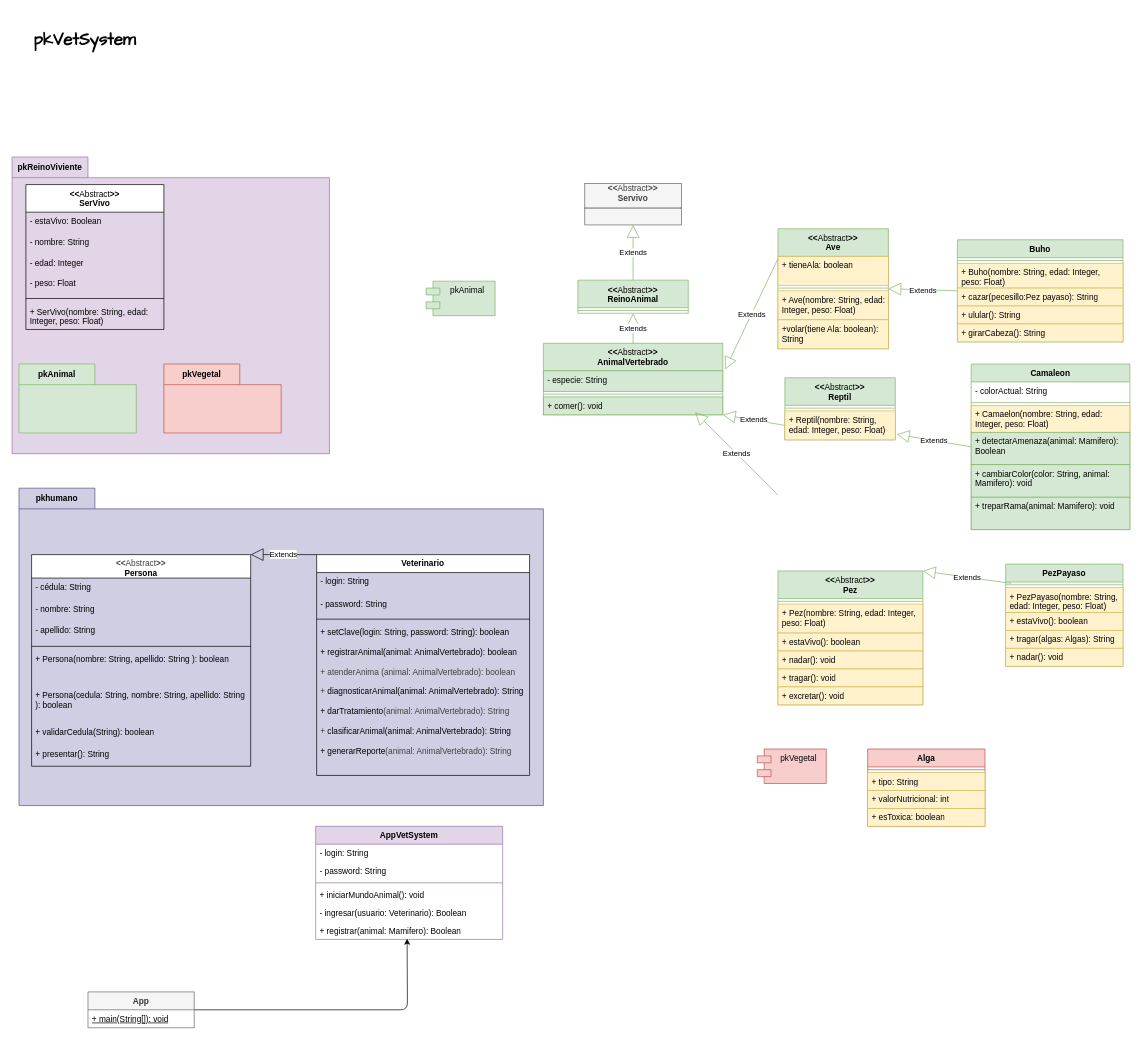
Above: g1_ReinoAnimal/design/01ClassDiagram.drawio in Ariana0-0/g1_ReinoAnimal (draw.io), before the change. Source tidied: cells renumbered, new cells numbered last; positions are measured from the earlier drawing's top-left corner, leaving out a move shared by most shapes. Both pictures are drawn from the tidied source at 69%, with x=0, y=0 at pixel (12, 12).
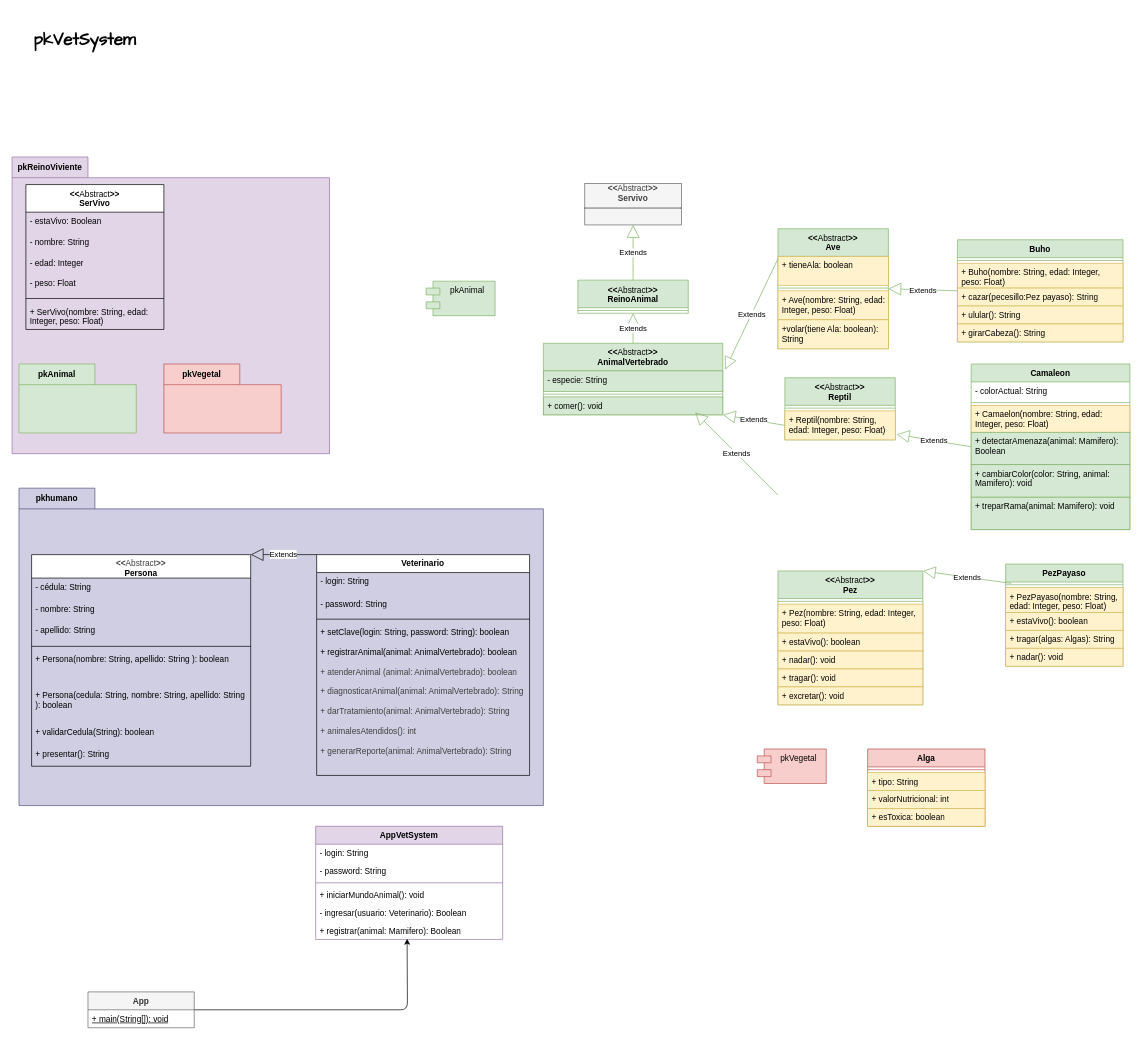
The same diagram, later.

Commit message:
Actualización del diagrama

* Requisito del veterinario

* Actualizacion de Veterinario.java

* Actualización del diagrama

Unchanged cells that the change refers to:
```xml
<mxCell id="27" value="&lt;div&gt;Veterinario&lt;/div&gt;" style="swimlane;fontStyle=1;align=center;verticalAlign=top;horizontal=1;startSize=26;whiteSpace=wrap;html=1;" parent="15" vertex="1">
  <mxGeometry x="431.4" y="96.3" width="308.6" height="320" as="geometry" />
</mxCell>
```

Diff of the diagram source:
```diff
@@
-    <mxCell id="31" value="+ setClave(login: String, password: String): boolean&lt;div&gt;&lt;font color=&quot;#000000&quot;&gt;&lt;br&gt;&lt;/font&gt;&lt;div&gt;&lt;div&gt;+ registrarAnimal(animal: AnimalVertebrado): boolean&lt;/div&gt;&lt;div&gt;&lt;span style=&quot;color: rgb(63, 63, 63); background-color: transparent;&quot;&gt;&lt;br&gt;&lt;/span&gt;&lt;/div&gt;&lt;div&gt;&lt;span style=&quot;color: rgb(63, 63, 63); background-color: transparent;&quot;&gt;+ atenderAnima&amp;nbsp;&lt;/span&gt;&lt;span style=&quot;background-color: transparent; color: rgb(63, 63, 63);&quot;&gt;(animal: AnimalVertebrado): boolean&lt;/span&gt;&lt;/div&gt;&lt;div&gt;&lt;span style=&quot;background-color: transparent; color: rgb(63, 63, 63);&quot;&gt;&lt;br&gt;&lt;/span&gt;&lt;/div&gt;&lt;div&gt;&lt;span style=&quot;color: rgb(63, 63, 63); background-color: transparent;&quot;&gt;+&amp;nbsp;&lt;/span&gt;&lt;span style=&quot;background-color: transparent;&quot;&gt;diagnosticarAnimal(animal: AnimalVertebrado): String&lt;/span&gt;&lt;/div&gt;&lt;div&gt;&lt;span style=&quot;background-color: transparent;&quot;&gt;&lt;br&gt;&lt;/span&gt;&lt;/div&gt;&lt;div&gt;+ darTratamiento&lt;span style=&quot;color: rgb(63, 63, 63); background-color: transparent;&quot;&gt;(animal: AnimalVertebrado): String&lt;/span&gt;&lt;/div&gt;&lt;div&gt;&lt;span style=&quot;color: rgb(63, 63, 63); background-color: transparent;&quot;&gt;&lt;br&gt;&lt;/span&gt;&lt;/div&gt;&lt;div&gt;&lt;span style=&quot;color: rgb(63, 63, 63); background-color: transparent;&quot;&gt;+&amp;nbsp;&lt;/span&gt;&lt;span style=&quot;background-color: transparent;&quot;&gt;clasificarAnimal(animal: AnimalVertebrado): String&lt;/span&gt;&lt;/div&gt;&lt;div&gt;&lt;span style=&quot;background-color: transparent;&quot;&gt;&lt;br&gt;&lt;/span&gt;&lt;/div&gt;&lt;div&gt;&lt;span style=&quot;background-color: transparent;&quot;&gt;+ generarReporte&lt;/span&gt;&lt;span style=&quot;color: rgb(63, 63, 63); background-color: transparent;&quot;&gt;(animal: AnimalVertebrado): String&lt;/span&gt;&lt;/div&gt;&lt;div&gt;&lt;span style=&quot;background-color: transparent;&quot;&gt;&lt;br&gt;&lt;/span&gt;&lt;/div&gt;&lt;div&gt;&lt;span style=&quot;background-color: transparent;&quot;&gt;&lt;br&gt;&lt;/span&gt;&lt;/div&gt;&lt;div&gt;&lt;br&gt;&lt;/div&gt;&lt;/div&gt;&lt;/div&gt;" style="text;strokeColor=none;fillColor=none;align=left;verticalAlign=top;spacingLeft=4;spacingRight=4;overflow=hidden;whiteSpace=wrap;html=1;" parent="27" vertex="1">
+    <mxCell id="31" value="&lt;div&gt;&lt;div&gt;&lt;div&gt;&lt;span style=&quot;color: rgb(0, 0, 0);&quot;&gt;&lt;font color=&quot;#000000&quot;&gt;+ setClave(login: String, password: String): boolean&lt;/font&gt;&lt;/span&gt;&lt;div style=&quot;scrollbar-color: rgb(226, 226, 226) rgb(251, 251, 251); color: rgb(63, 63, 63);&quot;&gt;&lt;font color=&quot;#000000&quot; style=&quot;scrollbar-color: rgb(226, 226, 226) rgb(251, 251, 251);&quot;&gt;&lt;br style=&quot;scrollbar-color: rgb(226, 226, 226) rgb(251, 251, 251); color: rgb(63, 63, 63);&quot;&gt;&lt;/font&gt;&lt;div style=&quot;scrollbar-color: rgb(226, 226, 226) rgb(251, 251, 251); color: rgb(63, 63, 63);&quot;&gt;&lt;div style=&quot;scrollbar-color: rgb(226, 226, 226) rgb(251, 251, 251); color: rgb(63, 63, 63);&quot;&gt;&lt;font color=&quot;#000000&quot; style=&quot;scrollbar-color: rgb(226, 226, 226) rgb(251, 251, 251);&quot;&gt;+ registrarAnimal(animal: AnimalVertebrado): boolean&lt;/font&gt;&lt;/div&gt;&lt;div style=&quot;scrollbar-color: rgb(226, 226, 226) rgb(251, 251, 251); color: rgb(63, 63, 63);&quot;&gt;&lt;span style=&quot;scrollbar-color: rgb(226, 226, 226) rgb(251, 251, 251); background-color: transparent; color: rgb(63, 63, 63);&quot;&gt;&lt;font color=&quot;#000000&quot;&gt;&lt;br style=&quot;scrollbar-color: rgb(226, 226, 226) rgb(251, 251, 251); color: rgb(63, 63, 63);&quot;&gt;&lt;/font&gt;&lt;/span&gt;&lt;/div&gt;&lt;div style=&quot;scrollbar-color: rgb(226, 226, 226) rgb(251, 251, 251); color: rgb(63, 63, 63);&quot;&gt;&lt;font color=&quot;#000000&quot; style=&quot;scrollbar-color: rgb(226, 226, 226) rgb(251, 251, 251);&quot;&gt;&lt;span style=&quot;scrollbar-color: rgb(226, 226, 226) rgb(251, 251, 251); background-color: transparent; color: rgb(63, 63, 63);&quot;&gt;+ atenderAnimal&amp;nbsp;&lt;/span&gt;&lt;span style=&quot;scrollbar-color: rgb(226, 226, 226) rgb(251, 251, 251); background-color: transparent; color: rgb(63, 63, 63);&quot;&gt;(animal: AnimalVertebrado): boolean&lt;/span&gt;&lt;/font&gt;&lt;/div&gt;&lt;div style=&quot;scrollbar-color: rgb(226, 226, 226) rgb(251, 251, 251); color: rgb(63, 63, 63);&quot;&gt;&lt;span style=&quot;scrollbar-color: rgb(226, 226, 226) rgb(251, 251, 251); background-color: transparent; color: rgb(63, 63, 63);&quot;&gt;&lt;font color=&quot;#000000&quot;&gt;&lt;br style=&quot;scrollbar-color: rgb(226, 226, 226) rgb(251, 251, 251); color: rgb(63, 63, 63);&quot;&gt;&lt;/font&gt;&lt;/span&gt;&lt;/div&gt;&lt;div style=&quot;scrollbar-color: rgb(226, 226, 226) rgb(251, 251, 251); color: rgb(63, 63, 63);&quot;&gt;&lt;font color=&quot;#000000&quot; style=&quot;scrollbar-color: rgb(226, 226, 226) rgb(251, 251, 251);&quot;&gt;&lt;span style=&quot;scrollbar-color: rgb(226, 226, 226) rgb(251, 251, 251); background-color: transparent; color: rgb(63, 63, 63);&quot;&gt;+&amp;nbsp;&lt;/span&gt;&lt;span style=&quot;scrollbar-color: rgb(226, 226, 226) rgb(251, 251, 251); background-color: transparent; color: rgb(63, 63, 63);&quot;&gt;diagnosticarAnimal(animal: AnimalVertebrado): String&lt;/span&gt;&lt;/font&gt;&lt;/div&gt;&lt;div style=&quot;scrollbar-color: rgb(226, 226, 226) rgb(251, 251, 251); color: rgb(63, 63, 63);&quot;&gt;&lt;span style=&quot;scrollbar-color: rgb(226, 226, 226) rgb(251, 251, 251); background-color: transparent; color: rgb(63, 63, 63);&quot;&gt;&lt;font color=&quot;#000000&quot;&gt;&lt;br style=&quot;scrollbar-color: rgb(226, 226, 226) rgb(251, 251, 251); color: rgb(63, 63, 63);&quot;&gt;&lt;/font&gt;&lt;/span&gt;&lt;/div&gt;&lt;div style=&quot;scrollbar-color: rgb(226, 226, 226) rgb(251, 251, 251); color: rgb(63, 63, 63);&quot;&gt;&lt;font color=&quot;#000000&quot; style=&quot;scrollbar-color: rgb(226, 226, 226) rgb(251, 251, 251);&quot;&gt;&lt;font style=&quot;scrollbar-color: rgb(226, 226, 226) rgb(251, 251, 251); color: rgb(63, 63, 63);&quot;&gt;&lt;font style=&quot;scrollbar-color: rgb(226, 226, 226) rgb(251, 251, 251);&quot;&gt;+ darTratamiento&lt;/font&gt;&lt;span style=&quot;scrollbar-color: rgb(226, 226, 226) rgb(251, 251, 251); background-color: transparent; color: rgb(63, 63, 63);&quot;&gt;(animal&lt;/span&gt;&lt;/font&gt;&lt;span style=&quot;scrollbar-color: rgb(226, 226, 226) rgb(251, 251, 251); background-color: transparent; color: rgb(63, 63, 63);&quot;&gt;:&amp;nbsp;&lt;/span&gt;&lt;span style=&quot;scrollbar-color: rgb(226, 226, 226) rgb(251, 251, 251); background-color: transparent; color: rgb(63, 63, 63);&quot;&gt;&lt;font style=&quot;scrollbar-color: rgb(226, 226, 226) rgb(251, 251, 251);&quot;&gt;AnimalVertebrado&lt;/font&gt;&lt;/span&gt;&lt;span style=&quot;scrollbar-color: rgb(226, 226, 226) rgb(251, 251, 251); background-color: transparent; color: rgb(63, 63, 63);&quot;&gt;): String&lt;/span&gt;&lt;/font&gt;&lt;/div&gt;&lt;div style=&quot;scrollbar-color: rgb(226, 226, 226) rgb(251, 251, 251); color: rgb(63, 63, 63);&quot;&gt;&lt;span style=&quot;scrollbar-color: rgb(226, 226, 226) rgb(251, 251, 251); background-color: transparent; color: rgb(63, 63, 63);&quot;&gt;&lt;font color=&quot;#000000&quot;&gt;&lt;br style=&quot;scrollbar-color: rgb(226, 226, 226) rgb(251, 251, 251); color: rgb(63, 63, 63);&quot;&gt;&lt;/font&gt;&lt;/span&gt;&lt;/div&gt;&lt;div style=&quot;scrollbar-color: rgb(226, 226, 226) rgb(251, 251, 251); color: rgb(63, 63, 63);&quot;&gt;&lt;font color=&quot;#000000&quot; style=&quot;scrollbar-color: rgb(226, 226, 226) rgb(251, 251, 251);&quot;&gt;&lt;span style=&quot;scrollbar-color: rgb(226, 226, 226) rgb(251, 251, 251); background-color: transparent; color: rgb(63, 63, 63);&quot;&gt;+ animalesAtendidos&lt;/span&gt;&lt;span style=&quot;scrollbar-color: rgb(226, 226, 226) rgb(251, 251, 251); background-color: transparent; color: rgb(63, 63, 63);&quot;&gt;(): int&lt;/span&gt;&lt;/font&gt;&lt;/div&gt;&lt;div style=&quot;scrollbar-color: rgb(226, 226, 226) rgb(251, 251, 251); color: rgb(63, 63, 63);&quot;&gt;&lt;span style=&quot;scrollbar-color: rgb(226, 226, 226) rgb(251, 251, 251); background-color: transparent; color: rgb(63, 63, 63);&quot;&gt;&lt;font color=&quot;#000000&quot;&gt;&lt;br style=&quot;scrollbar-color: rgb(226, 226, 226) rgb(251, 251, 251); color: rgb(63, 63, 63);&quot;&gt;&lt;/font&gt;&lt;/span&gt;&lt;/div&gt;&lt;div style=&quot;scrollbar-color: rgb(226, 226, 226) rgb(251, 251, 251); color: rgb(63, 63, 63);&quot;&gt;&lt;font color=&quot;#000000&quot; style=&quot;scrollbar-color: rgb(226, 226, 226) rgb(251, 251, 251);&quot;&gt;&lt;span style=&quot;scrollbar-color: rgb(226, 226, 226) rgb(251, 251, 251); background-color: transparent; color: rgb(63, 63, 63);&quot;&gt;+ generarReporte&lt;/span&gt;&lt;span style=&quot;scrollbar-color: rgb(226, 226, 226) rgb(251, 251, 251); background-color: transparent; color: rgb(63, 63, 63);&quot;&gt;(animal: AnimalVertebrado): String&lt;/span&gt;&lt;/font&gt;&lt;/div&gt;&lt;/div&gt;&lt;/div&gt;&lt;/div&gt;&lt;/div&gt;&lt;/div&gt;" style="text;strokeColor=none;fillColor=none;align=left;verticalAlign=top;spacingLeft=4;spacingRight=4;overflow=hidden;whiteSpace=wrap;html=1;" parent="27" vertex="1">
       <mxGeometry y="98.4" width="308.6" height="221.6" as="geometry" />
     </mxCell>
```
